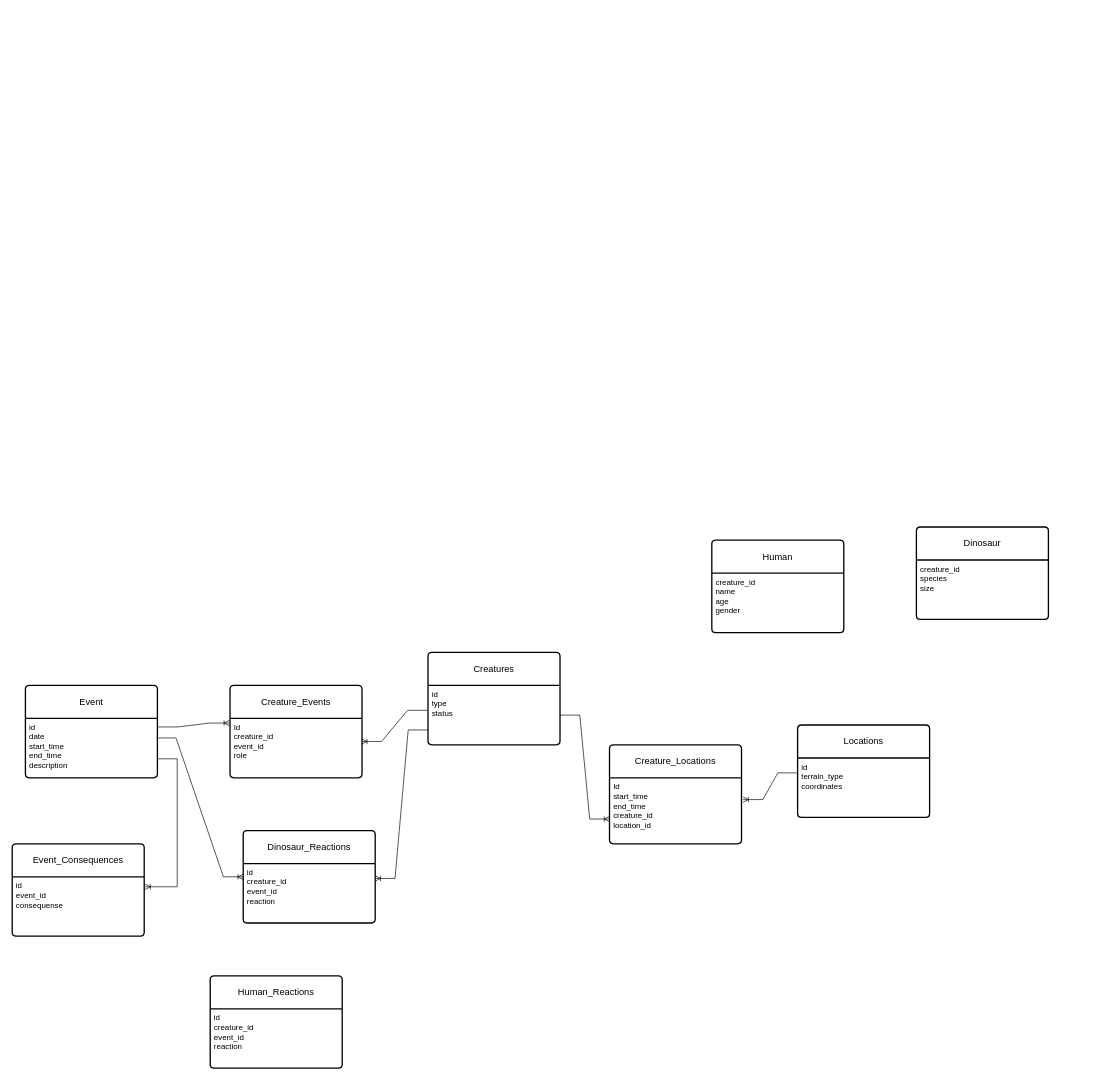
Earlier version of the draw.io diagram DataBases/lab1/diagrams/infological.drawio (Megadeth2006/ITMO_files). Source tidied: cells renumbered, new cells numbered last; positions are measured from the earlier drawing's top-left corner, leaving out a move shared by most shapes. Both pictures are drawn from the tidied source at 66%, with x=0, y=0 at pixel (12, 527).
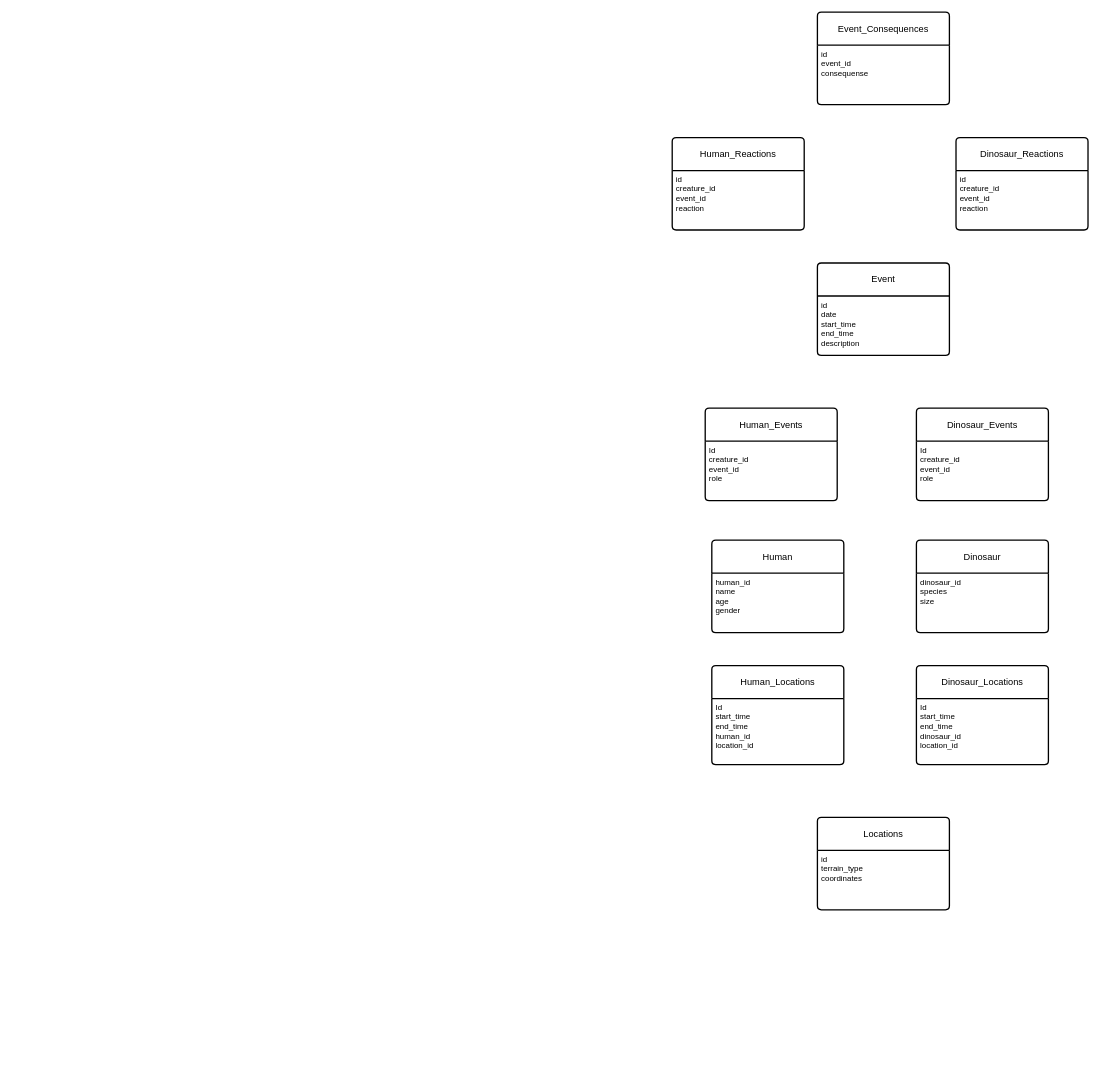
After the change.

Unchanged cells that the change refers to:
```xml
<mxCell id="5" value="id&lt;div&gt;terrain_type&lt;/div&gt;&lt;div&gt;&lt;span style=&quot;background-color: transparent; color: light-dark(rgb(0, 0, 0), rgb(255, 255, 255));&quot;&gt;coordinates&lt;/span&gt;&lt;/div&gt;&lt;div&gt;&lt;br&gt;&lt;/div&gt;" style="align=left;strokeColor=none;fillColor=none;spacingLeft=4;fontSize=12;verticalAlign=top;html=1;" parent="4" vertex="1">
  <mxGeometry y="50" width="200" height="90" as="geometry" />
</mxCell>
<mxCell id="7" value="Id&lt;div&gt;&lt;div&gt;creature_id&lt;/div&gt;&lt;div&gt;event_id&lt;br&gt;&lt;div&gt;role&lt;/div&gt;&lt;/div&gt;&lt;/div&gt;" style="align=left;strokeColor=none;fillColor=none;spacingLeft=4;fontSize=12;verticalAlign=top;html=1;" parent="6" vertex="1">
  <mxGeometry y="50" width="200" height="90" as="geometry" />
</mxCell>
<mxCell id="9" value="id&lt;div&gt;&lt;div&gt;event_id&lt;/div&gt;&lt;div&gt;consequense&lt;/div&gt;&lt;/div&gt;" style="align=left;strokeColor=none;fillColor=none;spacingLeft=4;fontSize=12;verticalAlign=top;html=1;" parent="8" vertex="1">
  <mxGeometry y="50" width="200" height="90" as="geometry" />
</mxCell>
<mxCell id="11" value="id&lt;div&gt;date&lt;/div&gt;&lt;div&gt;&lt;div&gt;start_time&lt;/div&gt;&lt;div&gt;end_time&lt;/div&gt;&lt;/div&gt;&lt;div&gt;description&lt;/div&gt;" style="align=left;strokeColor=none;fillColor=none;spacingLeft=4;fontSize=12;verticalAlign=top;html=1;" parent="10" vertex="1">
  <mxGeometry y="50" width="200" height="90" as="geometry" />
</mxCell>
<mxCell id="19" value="id&lt;div&gt;&lt;div&gt;creature_id&lt;/div&gt;&lt;div&gt;event_id&lt;/div&gt;&lt;div&gt;reaction&lt;/div&gt;&lt;/div&gt;" style="align=left;strokeColor=none;fillColor=none;spacingLeft=4;fontSize=12;verticalAlign=top;html=1;" parent="18" vertex="1">
  <mxGeometry y="50" width="200" height="90" as="geometry" />
</mxCell>
<mxCell id="23" value="Human" style="swimlane;horizontal=1;startSize=50;rounded=1;fontSize=14;fontStyle=0;strokeWidth=2;shadow=0;dashed=0;align=center;arcSize=4;whiteSpace=wrap;html=1;" parent="1" vertex="1">
  <mxGeometry x="1060" y="20" width="200" height="140" as="geometry" />
</mxCell>
```

The edit, as a diff of the source:
```diff
@@
-    <mxCell id="2" value="Creatures" style="swimlane;horizontal=1;startSize=50;rounded=1;fontSize=14;fontStyle=0;strokeWidth=2;shadow=0;dashed=0;align=center;arcSize=4;whiteSpace=wrap;html=1;" parent="1" vertex="1">
-      <mxGeometry x="630" y="190" width="200" height="140" as="geometry" />
-    </mxCell>
-    <mxCell id="3" value="id&lt;div&gt;type&lt;br&gt;&lt;div&gt;status&lt;/div&gt;&lt;/div&gt;" style="align=left;strokeColor=none;fillColor=none;spacingLeft=4;fontSize=12;verticalAlign=top;html=1;" parent="2" vertex="1">
-      <mxGeometry y="50" width="200" height="90" as="geometry" />
-    </mxCell>
     <mxCell id="4" value="Locations" style="swimlane;horizontal=1;startSize=50;rounded=1;fontSize=14;fontStyle=0;strokeWidth=2;shadow=0;dashed=0;align=center;arcSize=4;whiteSpace=wrap;html=1;" parent="1" vertex="1">
-      <mxGeometry x="1190" y="300" width="200" height="140" as="geometry" />
+      <mxGeometry x="1220" y="440" width="200" height="140" as="geometry" />
     </mxCell>
@@
-    <mxCell id="6" value="Creature_Events" style="swimlane;horizontal=1;startSize=50;rounded=1;fontSize=14;fontStyle=0;strokeWidth=2;shadow=0;dashed=0;align=center;arcSize=4;whiteSpace=wrap;html=1;" parent="1" vertex="1">
-      <mxGeometry x="330" y="240" width="200" height="140" as="geometry" />
+    <mxCell id="6" value="Human_Events" style="swimlane;horizontal=1;startSize=50;rounded=1;fontSize=14;fontStyle=0;strokeWidth=2;shadow=0;dashed=0;align=center;arcSize=4;whiteSpace=wrap;html=1;" parent="1" vertex="1">
+      <mxGeometry x="1050" y="-180" width="200" height="140" as="geometry" />
     </mxCell>
@@
     <mxCell id="8" value="Event_Consequences" style="swimlane;horizontal=1;startSize=50;rounded=1;fontSize=14;fontStyle=0;strokeWidth=2;shadow=0;dashed=0;align=center;arcSize=4;whiteSpace=wrap;html=1;" parent="1" vertex="1">
-      <mxGeometry y="480" width="200" height="140" as="geometry" />
+      <mxGeometry x="1220" y="-780" width="200" height="140" as="geometry" />
     </mxCell>
@@
     <mxCell id="10" value="Event" style="swimlane;horizontal=1;startSize=50;rounded=1;fontSize=14;fontStyle=0;strokeWidth=2;shadow=0;dashed=0;align=center;arcSize=4;whiteSpace=wrap;html=1;" parent="1" vertex="1">
-      <mxGeometry x="20" y="240" width="200" height="140" as="geometry" />
+      <mxGeometry x="1220" y="-400" width="200" height="140" as="geometry" />
     </mxCell>
@@
-    <mxCell id="12" value="Creature_Locations" style="swimlane;horizontal=1;startSize=50;rounded=1;fontSize=14;fontStyle=0;strokeWidth=2;shadow=0;dashed=0;align=center;arcSize=4;whiteSpace=wrap;html=1;" parent="1" vertex="1">
-      <mxGeometry x="905" y="330" width="200" height="150" as="geometry" />
+    <mxCell id="12" value="Human_Locations" style="swimlane;horizontal=1;startSize=50;rounded=1;fontSize=14;fontStyle=0;strokeWidth=2;shadow=0;dashed=0;align=center;arcSize=4;whiteSpace=wrap;html=1;" parent="1" vertex="1">
+      <mxGeometry x="1060" y="210" width="200" height="150" as="geometry" />
     </mxCell>
-    <mxCell id="13" value="Id&lt;div&gt;start_time&lt;/div&gt;&lt;div&gt;end_time&lt;br&gt;&lt;div&gt;creature_id&lt;/div&gt;&lt;div&gt;&lt;div&gt;location_id&lt;/div&gt;&lt;/div&gt;&lt;/div&gt;" style="align=left;strokeColor=none;fillColor=none;spacingLeft=4;fontSize=12;verticalAlign=top;html=1;" parent="12" vertex="1">
+    <mxCell id="13" value="Id&lt;div&gt;start_time&lt;/div&gt;&lt;div&gt;end_time&lt;br&gt;&lt;div&gt;human_id&lt;/div&gt;&lt;div&gt;&lt;div&gt;location_id&lt;/div&gt;&lt;/div&gt;&lt;/div&gt;" style="align=left;strokeColor=none;fillColor=none;spacingLeft=4;fontSize=12;verticalAlign=top;html=1;" parent="12" vertex="1">
       <mxGeometry y="50" width="200" height="100" as="geometry" />
     </mxCell>
-    <mxCell id="14" style="fontSize=12;html=1;endArrow=ERoneToMany;rounded=0;exitX=1.002;exitY=0.68;exitDx=0;exitDy=0;entryX=1.007;entryY=0.168;entryDx=0;entryDy=0;entryPerimeter=0;edgeStyle=elbowEdgeStyle;exitPerimeter=0;" parent="1" edge="1" source="11" target="9">
-      <mxGeometry relative="1" as="geometry">
-        <Array as="points">
-          <mxPoint x="250" y="460" />
-        </Array>
-      </mxGeometry>
-    </mxCell>
-    <mxCell id="15" style="edgeStyle=entityRelationEdgeStyle;fontSize=12;html=1;endArrow=ERoneToMany;rounded=0;entryX=1.012;entryY=0.33;entryDx=0;entryDy=0;entryPerimeter=0;exitX=0;exitY=0.25;exitDx=0;exitDy=0;" parent="1" edge="1" source="5" target="13">
-      <mxGeometry relative="1" as="geometry" />
-    </mxCell>
-    <mxCell id="16" style="edgeStyle=entityRelationEdgeStyle;fontSize=12;html=1;endArrow=ERoneToMany;rounded=0;entryX=0.998;entryY=0.389;entryDx=0;entryDy=0;entryPerimeter=0;exitX=-0.005;exitY=0.419;exitDx=0;exitDy=0;exitPerimeter=0;" parent="1" edge="1" source="3" target="7">
-      <mxGeometry relative="1" as="geometry" />
-    </mxCell>
-    <mxCell id="17" style="edgeStyle=entityRelationEdgeStyle;fontSize=12;html=1;endArrow=ERoneToMany;rounded=0;exitX=1.005;exitY=0.144;exitDx=0;exitDy=0;exitPerimeter=0;entryX=-0.005;entryY=0.078;entryDx=0;entryDy=0;entryPerimeter=0;" parent="1" edge="1" source="11" target="7">
-      <mxGeometry relative="1" as="geometry" />
-    </mxCell>
     <mxCell id="18" value="Dinosaur_Reactions" style="swimlane;horizontal=1;startSize=50;rounded=1;fontSize=14;fontStyle=0;strokeWidth=2;shadow=0;dashed=0;align=center;arcSize=4;whiteSpace=wrap;html=1;" parent="1" vertex="1">
-      <mxGeometry x="350" y="460" width="200" height="140" as="geometry" />
+      <mxGeometry x="1430" y="-590" width="200" height="140" as="geometry" />
     </mxCell>
@@
-    <mxCell id="20" style="fontSize=12;html=1;endArrow=ERoneToMany;rounded=0;exitX=0;exitY=0.75;exitDx=0;exitDy=0;entryX=1;entryY=0.25;entryDx=0;entryDy=0;edgeStyle=entityRelationEdgeStyle;" parent="1" edge="1" source="3" target="19">
-      <mxGeometry relative="1" as="geometry">
-        <Array as="points">
-          <mxPoint x="620" y="320" />
-          <mxPoint x="640" y="490" />
-        </Array>
-      </mxGeometry>
-    </mxCell>
-    <mxCell id="21" style="edgeStyle=entityRelationEdgeStyle;fontSize=12;html=1;endArrow=ERoneToMany;rounded=0;exitX=0.991;exitY=0.329;exitDx=0;exitDy=0;exitPerimeter=0;" parent="1" edge="1" source="11" target="18">
-      <mxGeometry relative="1" as="geometry" />
-    </mxCell>
-    <mxCell id="22" style="edgeStyle=entityRelationEdgeStyle;fontSize=12;html=1;endArrow=ERoneToMany;rounded=0;exitX=1;exitY=0.5;exitDx=0;exitDy=0;entryX=0;entryY=0.75;entryDx=0;entryDy=0;" parent="1" edge="1" source="3" target="12">
-      <mxGeometry relative="1" as="geometry" />
-    </mxCell>
@@
-    <mxCell id="24" value="&lt;div&gt;creature_id&lt;/div&gt;name&lt;div&gt;age&lt;/div&gt;&lt;div&gt;gender&lt;/div&gt;" style="align=left;strokeColor=none;fillColor=none;spacingLeft=4;fontSize=12;verticalAlign=top;html=1;" parent="23" vertex="1">
+    <mxCell id="24" value="&lt;div&gt;human_id&lt;/div&gt;name&lt;div&gt;age&lt;/div&gt;&lt;div&gt;gender&lt;/div&gt;" style="align=left;strokeColor=none;fillColor=none;spacingLeft=4;fontSize=12;verticalAlign=top;html=1;" parent="23" vertex="1">
       <mxGeometry y="50" width="200" height="90" as="geometry" />
     </mxCell>
     <mxCell id="25" value="Dinosaur" style="swimlane;horizontal=1;startSize=50;rounded=1;fontSize=14;fontStyle=0;strokeWidth=2;shadow=0;dashed=0;align=center;arcSize=4;whiteSpace=wrap;html=1;" parent="1" vertex="1">
-      <mxGeometry x="1370" width="200" height="140" as="geometry" />
+      <mxGeometry x="1370" y="20" width="200" height="140" as="geometry" />
     </mxCell>
-    <mxCell id="26" value="&lt;div&gt;creature_id&lt;/div&gt;species&lt;div&gt;size&lt;/div&gt;" style="align=left;strokeColor=none;fillColor=none;spacingLeft=4;fontSize=12;verticalAlign=top;html=1;" parent="25" vertex="1">
+    <mxCell id="26" value="&lt;div&gt;dinosaur_id&lt;/div&gt;species&lt;div&gt;size&lt;/div&gt;" style="align=left;strokeColor=none;fillColor=none;spacingLeft=4;fontSize=12;verticalAlign=top;html=1;" parent="25" vertex="1">
       <mxGeometry y="50" width="200" height="90" as="geometry" />
     </mxCell>
     <mxCell id="27" value="Human_Reactions" style="swimlane;horizontal=1;startSize=50;rounded=1;fontSize=14;fontStyle=0;strokeWidth=2;shadow=0;dashed=0;align=center;arcSize=4;whiteSpace=wrap;html=1;" parent="1" vertex="1">
-      <mxGeometry x="300" y="680" width="200" height="140" as="geometry" />
+      <mxGeometry x="1000" y="-590" width="200" height="140" as="geometry" />
     </mxCell>
@@
+    <mxCell id="29" value="Dinosaur_Locations" style="swimlane;horizontal=1;startSize=50;rounded=1;fontSize=14;fontStyle=0;strokeWidth=2;shadow=0;dashed=0;align=center;arcSize=4;whiteSpace=wrap;html=1;" parent="1" vertex="1">
+      <mxGeometry x="1370" y="210" width="200" height="150" as="geometry" />
+    </mxCell>
+    <mxCell id="30" value="Id&lt;div&gt;start_time&lt;/div&gt;&lt;div&gt;end_time&lt;br&gt;&lt;div&gt;dinosaur_id&lt;/div&gt;&lt;div&gt;&lt;div&gt;location_id&lt;/div&gt;&lt;/div&gt;&lt;/div&gt;" style="align=left;strokeColor=none;fillColor=none;spacingLeft=4;fontSize=12;verticalAlign=top;html=1;" parent="29" vertex="1">
+      <mxGeometry y="50" width="200" height="100" as="geometry" />
+    </mxCell>
+    <mxCell id="31" value="Dinosaur_Events" style="swimlane;horizontal=1;startSize=50;rounded=1;fontSize=14;fontStyle=0;strokeWidth=2;shadow=0;dashed=0;align=center;arcSize=4;whiteSpace=wrap;html=1;" parent="1" vertex="1">
+      <mxGeometry x="1370" y="-180" width="200" height="140" as="geometry" />
+    </mxCell>
+    <mxCell id="32" value="Id&lt;div&gt;&lt;div&gt;creature_id&lt;/div&gt;&lt;div&gt;event_id&lt;br&gt;&lt;div&gt;role&lt;/div&gt;&lt;/div&gt;&lt;/div&gt;" style="align=left;strokeColor=none;fillColor=none;spacingLeft=4;fontSize=12;verticalAlign=top;html=1;" parent="31" vertex="1">
+      <mxGeometry y="50" width="200" height="90" as="geometry" />
+    </mxCell>
```
